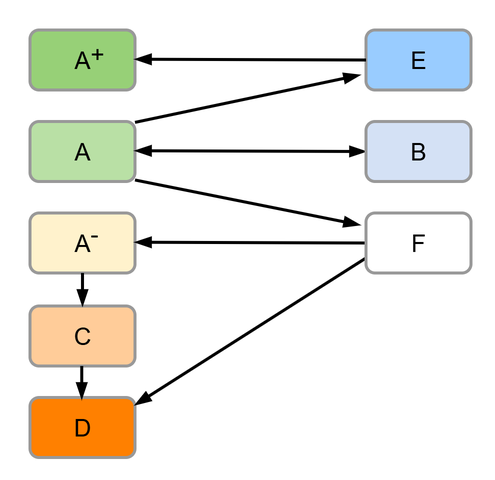
wucm7931/meridian-biophysics keeps this draw.io diagram as images/fig04_sixmode.png. Above is the earlier version. Source tidied: cells renumbered, new cells last; positions are measured from the earlier drawing's top-left corner, leaving out a move shared by most shapes.
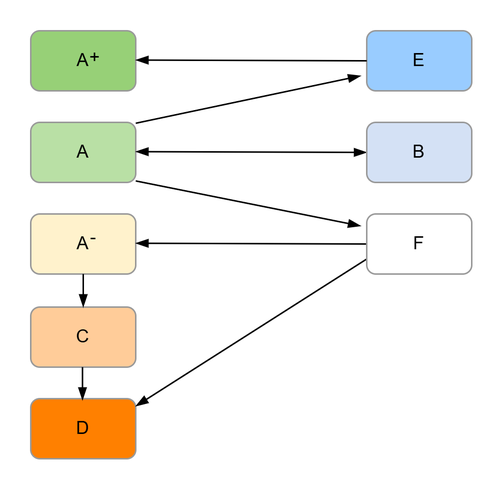
After the change.

Commit message:
Sync final reference list and Figure 4 with edition1

- refs/final_references.md: replace stale author-year version with the
  final numbered 333-entry list (matching edition1)
- images/fig04_sixmode.png: replace with the final edition1 version

Change to the diagram source:
```diff
@@ -5,78 +5,78 @@
     <mxCell id="2" style="rounded=0;whiteSpace=wrap;html=1;strokeColor=none;" parent="1" vertex="1">
       <mxGeometry width="330" height="320" as="geometry" />
     </mxCell>
-    <mxCell id="3" value="&lt;font style=&quot;font-size: 16px;&quot;&gt;A&lt;/font&gt;" style="rounded=1;whiteSpace=wrap;html=1;roundedPerimeter=1;strokeWidth=2;fillColor=#97D077;strokeColor=#999999;" parent="1" vertex="1">
+    <mxCell id="3" value="&lt;font&gt;A&lt;/font&gt;" style="rounded=1;whiteSpace=wrap;html=1;roundedPerimeter=1;strokeWidth=1;fillColor=#97D077;strokeColor=#999999;align=center;" parent="1" vertex="1">
       <mxGeometry x="20" y="20" width="70" height="40" as="geometry" />
     </mxCell>
-    <mxCell id="4" value="&lt;font style=&quot;font-size: 16px;&quot;&gt;A&lt;/font&gt;" style="rounded=1;whiteSpace=wrap;html=1;roundedPerimeter=1;strokeWidth=2;fillColor=#B9E0A5;strokeColor=#999999;" parent="1" vertex="1">
+    <mxCell id="4" value="&lt;font&gt;A&lt;/font&gt;" style="rounded=1;whiteSpace=wrap;html=1;roundedPerimeter=1;strokeWidth=1;fillColor=#B9E0A5;strokeColor=#999999;" parent="1" vertex="1">
       <mxGeometry x="20" y="81" width="70" height="40" as="geometry" />
     </mxCell>
-    <mxCell id="5" value="&lt;font style=&quot;font-size: 16px;&quot;&gt;A&lt;/font&gt;" style="rounded=1;whiteSpace=wrap;html=1;roundedPerimeter=1;strokeWidth=2;fillColor=#FFF2CC;strokeColor=#999999;" parent="1" vertex="1">
+    <mxCell id="5" value="&lt;font&gt;A&lt;/font&gt;" style="rounded=1;whiteSpace=wrap;html=1;roundedPerimeter=1;strokeWidth=1;fillColor=#FFF2CC;strokeColor=#999999;" parent="1" vertex="1">
       <mxGeometry x="20" y="142" width="70" height="40" as="geometry" />
     </mxCell>
-    <mxCell id="6" value="&lt;font style=&quot;font-size: 16px;&quot;&gt;C&lt;/font&gt;" style="rounded=1;whiteSpace=wrap;html=1;roundedPerimeter=1;strokeWidth=2;fillColor=#FFCC99;fontColor=#000000;strokeColor=#999999;" parent="1" vertex="1">
+    <mxCell id="6" value="&lt;font&gt;C&lt;/font&gt;" style="rounded=1;whiteSpace=wrap;html=1;roundedPerimeter=1;strokeWidth=1;fillColor=#FFCC99;fontColor=#000000;strokeColor=#999999;" parent="1" vertex="1">
       <mxGeometry x="20" y="204" width="70" height="40" as="geometry" />
     </mxCell>
-    <mxCell id="7" value="&lt;font style=&quot;font-size: 16px;&quot;&gt;D&lt;/font&gt;" style="rounded=1;whiteSpace=wrap;html=1;roundedPerimeter=1;strokeWidth=2;fillColor=#FF8000;strokeColor=#999999;fontColor=#000000;" parent="1" vertex="1">
+    <mxCell id="7" value="&lt;font&gt;D&lt;/font&gt;" style="rounded=1;whiteSpace=wrap;html=1;roundedPerimeter=1;strokeWidth=1;fillColor=#FF8000;strokeColor=#999999;fontColor=#000000;" parent="1" vertex="1">
       <mxGeometry x="20" y="265" width="70" height="40" as="geometry" />
     </mxCell>
-    <mxCell id="8" value="+" style="text;html=1;whiteSpace=wrap;strokeColor=none;fillColor=none;align=center;verticalAlign=middle;rounded=0;fontSize=16;" parent="1" vertex="1">
-      <mxGeometry x="55" y="26" width="20" height="20" as="geometry" />
-    </mxCell>
-    <mxCell id="9" value="-" style="text;html=1;whiteSpace=wrap;strokeColor=none;fillColor=none;align=center;verticalAlign=middle;rounded=0;fontSize=16;strokeWidth=2;" parent="1" vertex="1">
-      <mxGeometry x="48" y="139" width="30" height="34" as="geometry" />
-    </mxCell>
-    <mxCell id="10" style="endArrow=blockThin;html=1;rounded=0;endFill=1;exitX=1;exitY=0;exitDx=0;exitDy=0;strokeWidth=2;" parent="1" edge="1">
+    <mxCell id="10" style="endArrow=blockThin;html=1;rounded=0;endFill=1;exitX=1;exitY=0;exitDx=0;exitDy=0;strokeWidth=1;" parent="1" edge="1">
       <mxGeometry relative="1" as="geometry">
         <mxPoint x="90" y="81.6" as="sourcePoint" />
         <mxPoint x="240" y="50" as="targetPoint" />
       </mxGeometry>
     </mxCell>
-    <mxCell id="11" style="endArrow=blockThin;html=1;rounded=0;endFill=1;exitX=0;exitY=0.5;exitDx=0;exitDy=0;strokeWidth=2;entryX=1;entryY=0.5;entryDx=0;entryDy=0;startArrow=blockThin;startFill=1;" parent="1" edge="1" source="16">
+    <mxCell id="11" style="endArrow=blockThin;html=1;rounded=0;endFill=1;exitX=0;exitY=0.5;exitDx=0;exitDy=0;strokeWidth=1;entryX=1;entryY=0.5;entryDx=0;entryDy=0;startArrow=blockThin;startFill=1;" parent="1" edge="1" source="16">
       <mxGeometry relative="1" as="geometry">
         <mxPoint x="90" y="100.5" as="targetPoint" />
       </mxGeometry>
     </mxCell>
-    <mxCell id="12" style="endArrow=blockThin;html=1;rounded=0;endFill=1;strokeWidth=2;entryX=1;entryY=0.5;entryDx=0;entryDy=0;exitX=0;exitY=0.5;exitDx=0;exitDy=0;" parent="1" edge="1" source="17">
+    <mxCell id="12" style="endArrow=blockThin;html=1;rounded=0;endFill=1;strokeWidth=1;entryX=1;entryY=0.5;entryDx=0;entryDy=0;exitX=0;exitY=0.5;exitDx=0;exitDy=0;" parent="1" edge="1" source="17">
       <mxGeometry relative="1" as="geometry">
         <mxPoint x="90" y="161.5" as="targetPoint" />
       </mxGeometry>
     </mxCell>
-    <mxCell id="13" style="endArrow=blockThin;html=1;rounded=0;endFill=1;exitX=1;exitY=0;exitDx=0;exitDy=0;strokeWidth=2;" parent="1" edge="1">
+    <mxCell id="13" style="endArrow=blockThin;html=1;rounded=0;endFill=1;exitX=1;exitY=0;exitDx=0;exitDy=0;strokeWidth=1;" parent="1" edge="1">
       <mxGeometry relative="1" as="geometry">
         <mxPoint x="90" y="120" as="sourcePoint" />
         <mxPoint x="240" y="150" as="targetPoint" />
       </mxGeometry>
     </mxCell>
-    <mxCell id="14" style="endArrow=blockThin;html=1;rounded=0;endFill=1;strokeWidth=2;exitX=0;exitY=0.75;exitDx=0;exitDy=0;" parent="1" edge="1" source="17">
+    <mxCell id="14" style="endArrow=blockThin;html=1;rounded=0;endFill=1;strokeWidth=1;exitX=0;exitY=0.75;exitDx=0;exitDy=0;" parent="1" edge="1" source="17">
       <mxGeometry relative="1" as="geometry">
         <mxPoint x="90" y="270" as="targetPoint" />
       </mxGeometry>
     </mxCell>
-    <mxCell id="15" style="endArrow=blockThin;html=1;rounded=0;endFill=1;strokeWidth=2;exitX=0.5;exitY=1;exitDx=0;exitDy=0;" parent="1" edge="1" source="5">
+    <mxCell id="15" style="endArrow=blockThin;html=1;rounded=0;endFill=1;strokeWidth=1;exitX=0.5;exitY=1;exitDx=0;exitDy=0;" parent="1" edge="1" source="5">
       <mxGeometry relative="1" as="geometry">
         <mxPoint x="55" y="204" as="targetPoint" />
       </mxGeometry>
     </mxCell>
-    <mxCell id="16" value="&lt;font style=&quot;font-size: 16px;&quot;&gt;B&lt;/font&gt;" style="rounded=1;whiteSpace=wrap;html=1;roundedPerimeter=1;strokeWidth=2;fillColor=#D4E1F5;strokeColor=#999999;" parent="1" vertex="1">
+    <mxCell id="16" value="&lt;font&gt;B&lt;/font&gt;" style="rounded=1;whiteSpace=wrap;html=1;roundedPerimeter=1;strokeWidth=1;fillColor=#D4E1F5;strokeColor=#999999;" parent="1" vertex="1">
       <mxGeometry x="244" y="81" width="70" height="40" as="geometry" />
     </mxCell>
-    <mxCell id="17" value="&lt;font style=&quot;font-size: 16px;&quot;&gt;F&lt;/font&gt;" style="rounded=1;whiteSpace=wrap;html=1;roundedPerimeter=1;strokeWidth=2;fillColor=#FFFFFF;strokeColor=#999999;" parent="1" vertex="1">
+    <mxCell id="17" value="&lt;font&gt;F&lt;/font&gt;" style="rounded=1;whiteSpace=wrap;html=1;roundedPerimeter=1;strokeWidth=1;fillColor=#FFFFFF;strokeColor=#999999;" parent="1" vertex="1">
       <mxGeometry x="244" y="142" width="70" height="40" as="geometry" />
     </mxCell>
-    <mxCell id="18" value="&lt;font style=&quot;font-size: 16px;&quot;&gt;E&lt;/font&gt;" style="rounded=1;whiteSpace=wrap;html=1;roundedPerimeter=1;strokeWidth=2;fillColor=#99CCFF;strokeColor=#999999;" parent="1" vertex="1">
+    <mxCell id="18" value="&lt;font&gt;E&lt;/font&gt;" style="rounded=1;whiteSpace=wrap;html=1;roundedPerimeter=1;strokeWidth=1;fillColor=#99CCFF;strokeColor=#999999;" parent="1" vertex="1">
       <mxGeometry x="244" y="20" width="70" height="40" as="geometry" />
     </mxCell>
-    <mxCell id="19" style="endArrow=blockThin;html=1;rounded=0;endFill=1;strokeWidth=2;entryX=1;entryY=0.5;entryDx=0;entryDy=0;exitX=0;exitY=0.5;exitDx=0;exitDy=0;" parent="1" edge="1" source="18">
+    <mxCell id="19" style="endArrow=blockThin;html=1;rounded=0;endFill=1;strokeWidth=1;entryX=1;entryY=0.5;entryDx=0;entryDy=0;exitX=0;exitY=0.5;exitDx=0;exitDy=0;" parent="1" edge="1" source="18">
       <mxGeometry relative="1" as="geometry">
         <mxPoint x="90" y="39.5" as="targetPoint" />
       </mxGeometry>
     </mxCell>
-    <mxCell id="20" style="endArrow=blockThin;html=1;rounded=0;endFill=1;strokeWidth=2;exitX=0.5;exitY=1;exitDx=0;exitDy=0;" parent="1" edge="1">
+    <mxCell id="20" style="endArrow=blockThin;html=1;rounded=0;endFill=1;strokeWidth=1;exitX=0.5;exitY=1;exitDx=0;exitDy=0;" parent="1" edge="1">
       <mxGeometry relative="1" as="geometry">
         <mxPoint x="54.5" y="244" as="sourcePoint" />
         <mxPoint x="54.5" y="266" as="targetPoint" />
       </mxGeometry>
     </mxCell>
+    <mxCell id="8" value="+" style="text;html=1;whiteSpace=wrap;strokeColor=none;fillColor=none;align=center;verticalAlign=middle;rounded=0;" parent="1" vertex="1">
+      <mxGeometry x="33" y="23" width="60" height="30" as="geometry" />
+    </mxCell>
+    <mxCell id="9" value="-" style="text;html=1;whiteSpace=wrap;strokeColor=none;fillColor=none;align=center;verticalAlign=middle;rounded=0;" parent="1" vertex="1">
+      <mxGeometry x="32" y="143" width="60" height="30" as="geometry" />
+    </mxCell>
   </root>
 </mxGraphModel>
```
